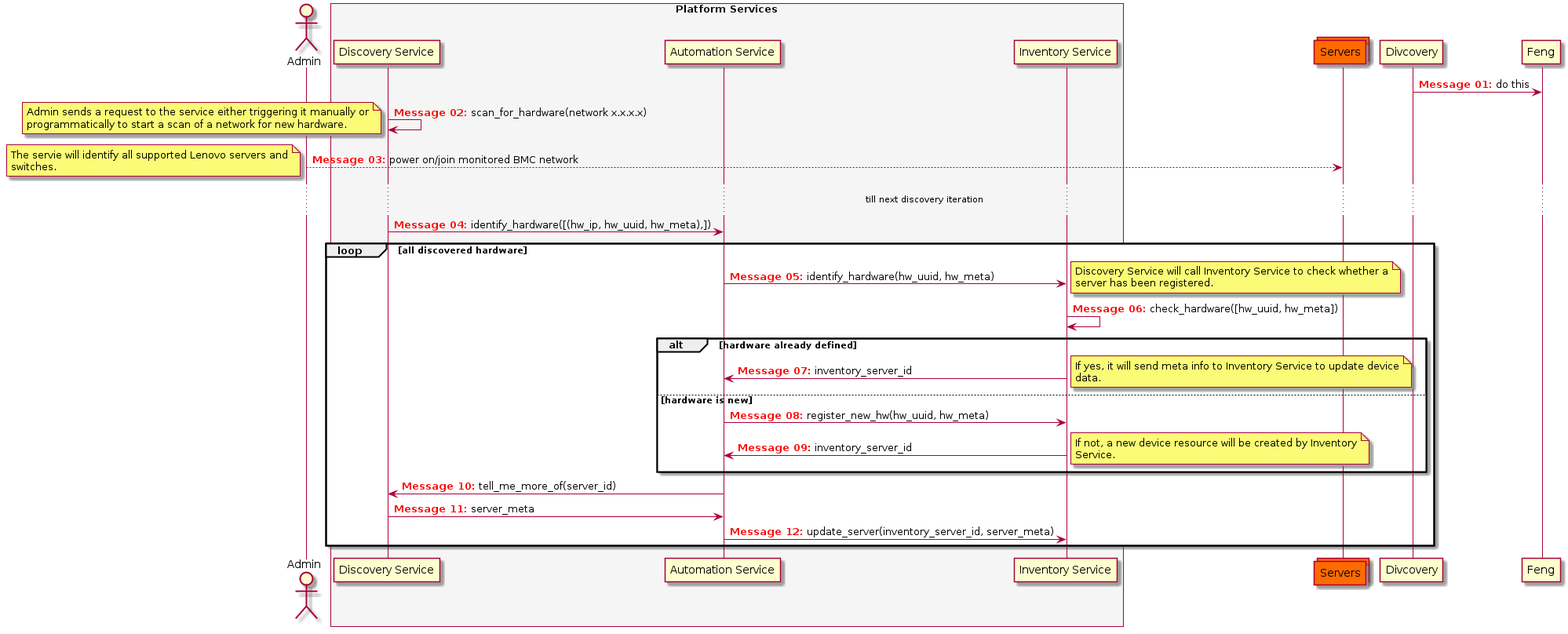
The PlantUML diagram content/images/ibb/ibb discovery service sequence.png in fengxia41103/myblog, before a commit.
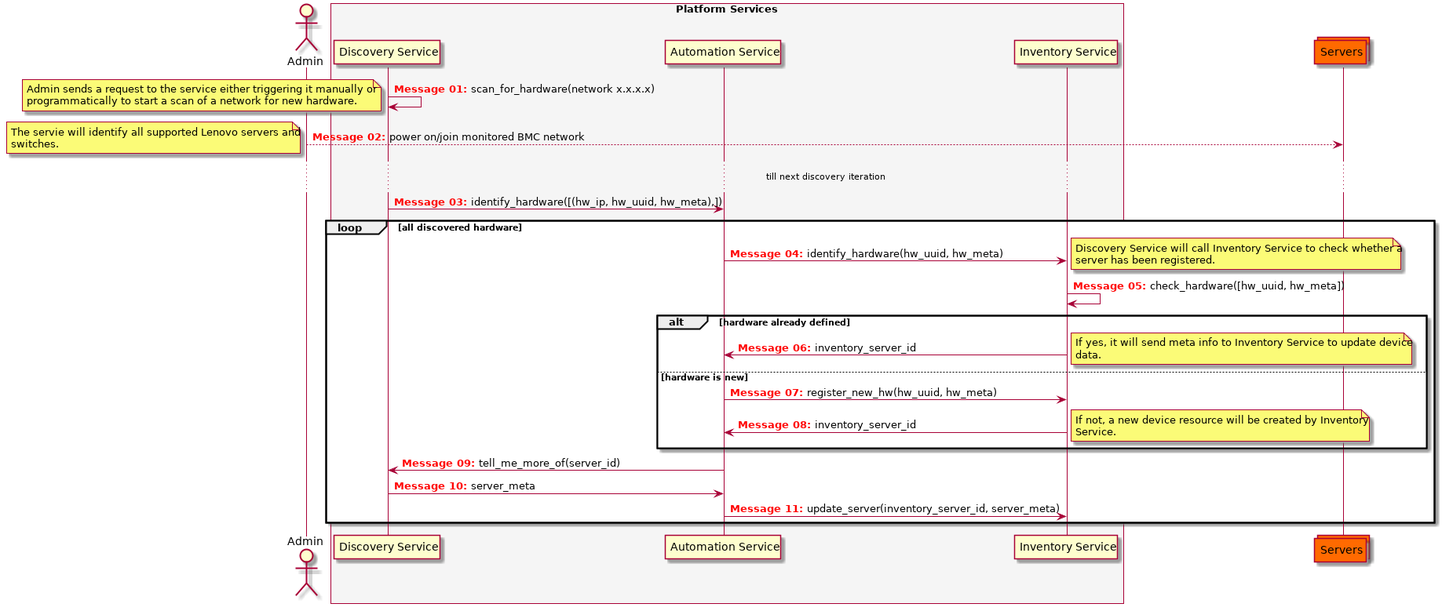
Above is the later version.

The edit, as a diff of the source:
```diff
@@ -11,8 +11,6 @@
 end box
 
 collections Servers #ff6a00
-
-Divcovery -> Feng: do this
 
 Discovery -> Discovery: scan_for_hardware(network x.x.x.x)
 note left
```
